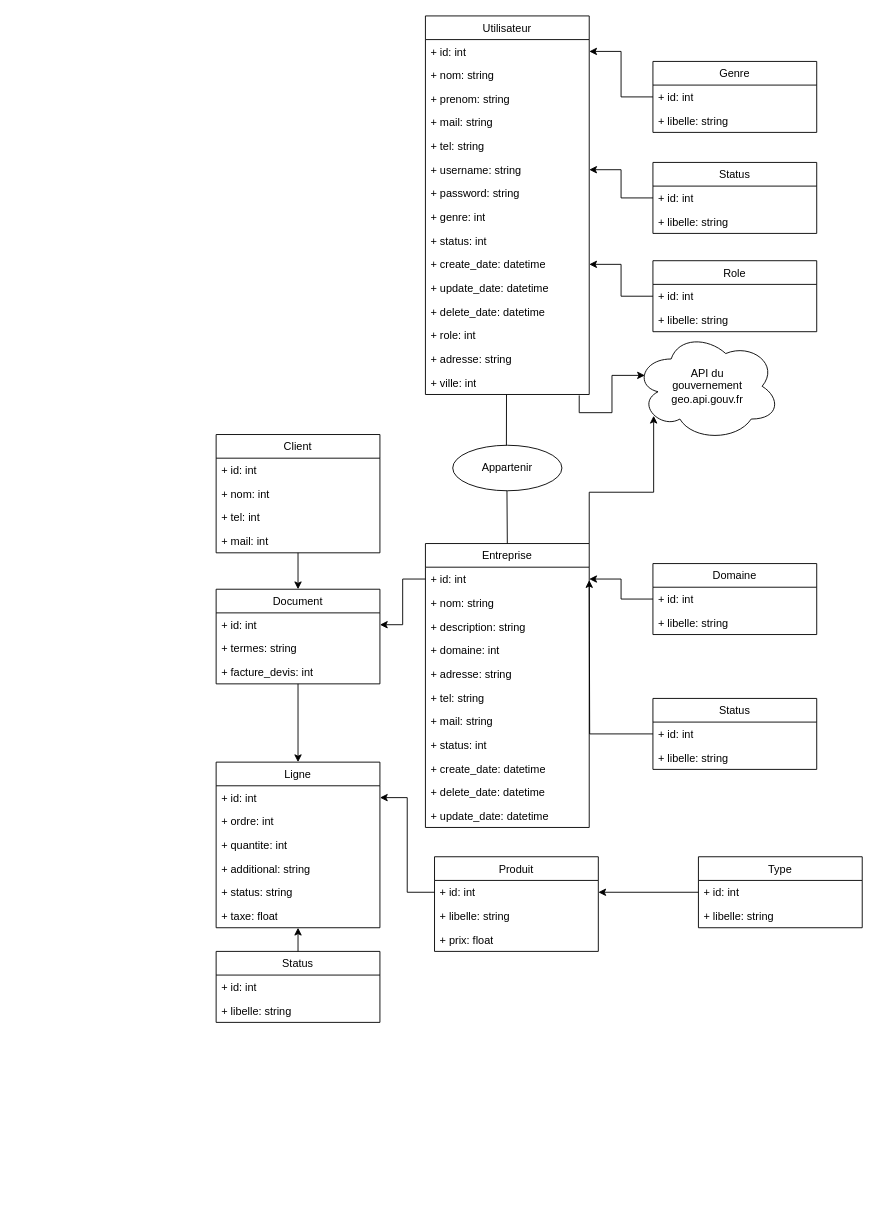
This is .docs/UML/DDC.drawio from RafaelCoppe/Challenge-S1-4iw2_rattrapage, a draw.io file, before an edit. Source tidied: cells renumbered, new cells numbered last; positions are measured from the earlier drawing's top-left corner, leaving out a move shared by most shapes. Both pictures are drawn from the tidied source at 91%, with x=0, y=0 at pixel (216, 15).
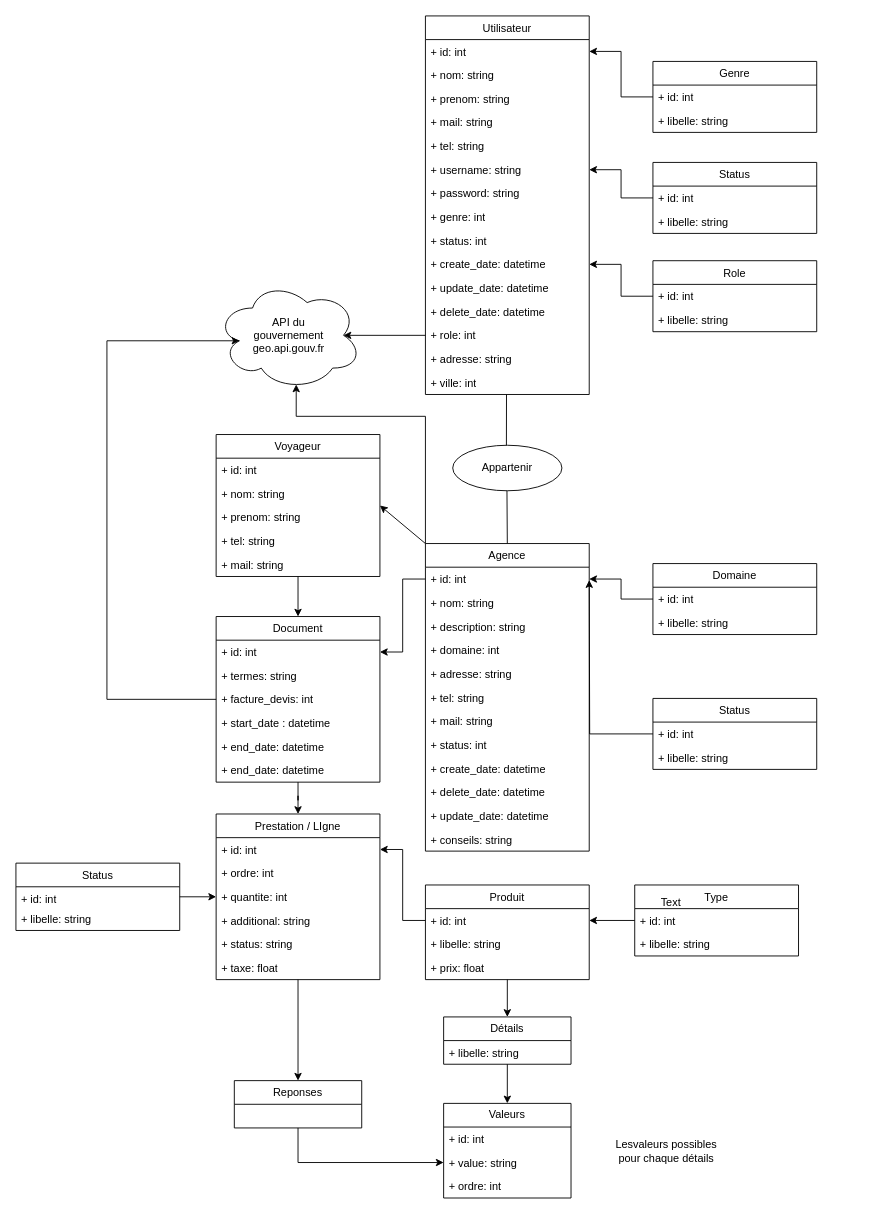
The same page after the edit.

Commit message:
troisièmes modifs du diagramme

The change refers to these unchanged cells:
```xml
<mxCell id="18" value="&lt;div&gt;+ facture_devis: int&lt;br&gt;&lt;/div&gt;&lt;div&gt;&lt;br&gt;&lt;/div&gt;" style="text;strokeColor=none;fillColor=none;align=left;verticalAlign=top;spacingLeft=4;spacingRight=4;overflow=hidden;points=[[0,0.5],[1,0.5]];portConstraint=eastwest;whiteSpace=wrap;html=1;" parent="15" vertex="1">
  <mxGeometry y="78" width="180" height="26" as="geometry" />
</mxCell>
<mxCell id="38" value="&lt;div&gt;+ role: int&lt;/div&gt;&lt;div&gt;&lt;br&gt;&lt;/div&gt;" style="text;strokeColor=none;fillColor=none;align=left;verticalAlign=top;spacingLeft=4;spacingRight=4;overflow=hidden;points=[[0,0.5],[1,0.5]];portConstraint=eastwest;whiteSpace=wrap;html=1;" parent="25" vertex="1">
  <mxGeometry y="338" width="180" height="26" as="geometry" />
</mxCell>
<mxCell id="40" value="&lt;div&gt;+ ville: int&lt;/div&gt;&lt;div&gt;&lt;br&gt;&lt;/div&gt;" style="text;strokeColor=none;fillColor=none;align=left;verticalAlign=top;spacingLeft=4;spacingRight=4;overflow=hidden;points=[[0,0.5],[1,0.5]];portConstraint=eastwest;whiteSpace=wrap;html=1;" parent="25" vertex="1">
  <mxGeometry y="390" width="180" height="26" as="geometry" />
</mxCell>
<mxCell id="65" value="&lt;div&gt;+ quantite: int&amp;nbsp;&amp;nbsp; &lt;br&gt;&lt;/div&gt;&lt;div&gt;&lt;br&gt;&lt;/div&gt;" style="text;strokeColor=none;fillColor=none;align=left;verticalAlign=top;spacingLeft=4;spacingRight=4;overflow=hidden;points=[[0,0.5],[1,0.5]];portConstraint=eastwest;whiteSpace=wrap;html=1;" parent="62" vertex="1">
  <mxGeometry y="78" width="180" height="26" as="geometry" />
</mxCell>
```

Diff of the diagram source:
```diff
@@
-    <mxCell id="2" value="Entreprise" style="swimlane;fontStyle=0;horizontal=1;startSize=26;fillColor=none;" parent="1" vertex="1">
-      <mxGeometry x="230" y="579.8" width="180" height="312" as="geometry" />
+    <mxCell id="2" value="Agence" style="swimlane;fontStyle=0;horizontal=1;startSize=26;fillColor=none;" parent="1" vertex="1">
+      <mxGeometry x="230" y="579.8" width="180" height="338" as="geometry" />
     </mxCell>
@@
+    <mxCell id="90" value="+ conseils: string" style="text;strokeColor=none;fillColor=none;align=left;verticalAlign=top;spacingLeft=4;spacingRight=4;overflow=hidden;whiteSpace=wrap;html=1;" parent="2" vertex="1">
+      <mxGeometry y="312" width="180" height="26" as="geometry" />
+    </mxCell>
@@
     <mxCell id="15" value="Document" style="swimlane;fontStyle=0;horizontal=1;startSize=26;fillColor=none;" parent="1" vertex="1">
-      <mxGeometry y="630" width="180" height="104" as="geometry" />
+      <mxGeometry y="660" width="180" height="182" as="geometry" />
     </mxCell>
@@
+    <mxCell id="91" value="&lt;div&gt;+ start_date : datetime&lt;br&gt;&lt;/div&gt;&lt;div&gt;&lt;br&gt;&lt;/div&gt;" style="text;strokeColor=none;fillColor=none;align=left;verticalAlign=top;spacingLeft=4;spacingRight=4;overflow=hidden;whiteSpace=wrap;html=1;" parent="15" vertex="1">
+      <mxGeometry y="104" width="180" height="26" as="geometry" />
+    </mxCell>
+    <mxCell id="92" value="&lt;div&gt;+ end_date: datetime&lt;br&gt;&lt;/div&gt;&lt;div&gt;&lt;br&gt;&lt;/div&gt;" style="text;strokeColor=none;fillColor=none;align=left;verticalAlign=top;spacingLeft=4;spacingRight=4;overflow=hidden;whiteSpace=wrap;html=1;" parent="15" vertex="1">
+      <mxGeometry y="130" width="180" height="26" as="geometry" />
+    </mxCell>
+    <mxCell id="93" value="&lt;div&gt;+ end_date: datetime&lt;br&gt;&lt;/div&gt;&lt;div&gt;&lt;br&gt;&lt;/div&gt;" style="text;strokeColor=none;fillColor=none;align=left;verticalAlign=top;spacingLeft=4;spacingRight=4;overflow=hidden;whiteSpace=wrap;html=1;" parent="15" vertex="1">
+      <mxGeometry y="156" width="180" height="26" as="geometry" />
+    </mxCell>
@@
-    <mxCell id="20" value="Client" style="swimlane;fontStyle=0;horizontal=1;startSize=26;fillColor=none;" parent="1" vertex="1">
-      <mxGeometry y="460" width="180" height="130" as="geometry" />
+    <mxCell id="20" value="Voyageur" style="swimlane;fontStyle=0;horizontal=1;startSize=26;fillColor=none;" parent="1" vertex="1">
+      <mxGeometry y="460" width="180" height="156" as="geometry" />
     </mxCell>
@@
-    <mxCell id="22" value="&lt;div&gt;+ nom: int&amp;nbsp;&amp;nbsp; &lt;br&gt;&lt;/div&gt;&lt;div&gt;&lt;br&gt;&lt;/div&gt;" style="text;strokeColor=none;fillColor=none;align=left;verticalAlign=top;spacingLeft=4;spacingRight=4;overflow=hidden;whiteSpace=wrap;html=1;" parent="20" vertex="1">
+    <mxCell id="22" value="&lt;div&gt;+ nom: string&lt;br&gt;&lt;/div&gt;&lt;div&gt;&lt;br&gt;&lt;/div&gt;" style="text;strokeColor=none;fillColor=none;align=left;verticalAlign=top;spacingLeft=4;spacingRight=4;overflow=hidden;whiteSpace=wrap;html=1;" parent="20" vertex="1">
       <mxGeometry y="52" width="180" height="26" as="geometry" />
     </mxCell>
+    <mxCell id="94" value="&lt;div&gt;+ prenom: string&lt;br&gt;&lt;/div&gt;&lt;div&gt;&lt;br&gt;&lt;/div&gt;" style="text;strokeColor=none;fillColor=none;align=left;verticalAlign=top;spacingLeft=4;spacingRight=4;overflow=hidden;whiteSpace=wrap;html=1;" parent="20" vertex="1">
+      <mxGeometry y="78" width="180" height="26" as="geometry" />
+    </mxCell>
-    <mxCell id="23" value="&lt;div&gt;+ tel: int&amp;nbsp;&amp;nbsp; &lt;br&gt;&lt;/div&gt;&lt;div&gt;&lt;br&gt;&lt;/div&gt;" style="text;strokeColor=none;fillColor=none;align=left;verticalAlign=top;spacingLeft=4;spacingRight=4;overflow=hidden;whiteSpace=wrap;html=1;" parent="20" vertex="1">
-      <mxGeometry y="78" width="180" height="26" as="geometry" />
+    <mxCell id="23" value="&lt;div&gt;+ tel: string&lt;br&gt;&lt;/div&gt;&lt;div&gt;&lt;br&gt;&lt;/div&gt;" style="text;strokeColor=none;fillColor=none;align=left;verticalAlign=top;spacingLeft=4;spacingRight=4;overflow=hidden;whiteSpace=wrap;html=1;" parent="20" vertex="1">
+      <mxGeometry y="104" width="180" height="26" as="geometry" />
     </mxCell>
-    <mxCell id="24" value="&lt;div&gt;+ mail: int&amp;nbsp;&amp;nbsp; &lt;br&gt;&lt;/div&gt;&lt;div&gt;&lt;br&gt;&lt;/div&gt;" style="text;strokeColor=none;fillColor=none;align=left;verticalAlign=top;spacingLeft=4;spacingRight=4;overflow=hidden;whiteSpace=wrap;html=1;" parent="20" vertex="1">
-      <mxGeometry y="104" width="180" height="26" as="geometry" />
+    <mxCell id="24" value="&lt;div&gt;+ mail: string&lt;br&gt;&lt;/div&gt;&lt;div&gt;&lt;br&gt;&lt;/div&gt;" style="text;strokeColor=none;fillColor=none;align=left;verticalAlign=top;spacingLeft=4;spacingRight=4;overflow=hidden;whiteSpace=wrap;html=1;" parent="20" vertex="1">
+      <mxGeometry y="130" width="180" height="26" as="geometry" />
     </mxCell>
@@
     <mxCell id="60" style="ellipse;shape=cloud;whiteSpace=wrap;html=1;" parent="1" vertex="1">
-      <mxGeometry x="460" y="347" width="160" height="120" as="geometry" />
+      <mxGeometry y="291" width="160" height="120" as="geometry" />
     </mxCell>
     <mxCell id="61" value="API du gouvernement&lt;br&gt;geo.api.gouv.fr" style="text;html=1;strokeColor=none;fillColor=none;align=center;verticalAlign=middle;whiteSpace=wrap;rounded=0;" parent="1" vertex="1">
-      <mxGeometry x="495" y="384.5" width="90" height="45" as="geometry" />
+      <mxGeometry x="35" y="328.5" width="90" height="45" as="geometry" />
     </mxCell>
+    <mxCell id="95" style="edgeStyle=orthogonalEdgeStyle;rounded=0;jettySize=auto;html=1;exitX=0.5;exitY=1;exitDx=0;exitDy=0;entryX=0.5;entryY=0;entryDx=0;entryDy=0;" parent="1" edge="1" source="62" target="106">
+      <mxGeometry relative="1" as="geometry" />
+    </mxCell>
-    <mxCell id="62" value="Ligne" style="swimlane;fontStyle=0;horizontal=1;startSize=26;fillColor=none;" parent="1" vertex="1">
-      <mxGeometry y="820" width="180" height="182" as="geometry" />
+    <mxCell id="62" value="Prestation / LIgne" style="swimlane;fontStyle=0;horizontal=1;startSize=26;fillColor=none;" parent="1" vertex="1">
+      <mxGeometry y="877" width="180" height="182" as="geometry" />
     </mxCell>
@@
     <mxCell id="70" value="Type" style="swimlane;fontStyle=0;horizontal=1;startSize=26;fillColor=none;" parent="1" vertex="1">
-      <mxGeometry x="530" y="924" width="180" height="78" as="geometry" />
+      <mxGeometry x="460" y="955" width="180" height="78" as="geometry" />
     </mxCell>
@@
-    <mxCell id="76" style="edgeStyle=orthogonalEdgeStyle;rounded=0;jettySize=auto;html=1;entryX=0.07;entryY=0.4;entryDx=0;entryDy=0;entryPerimeter=0;exitX=0.939;exitY=1.038;exitDx=0;exitDy=0;exitPerimeter=0;" parent="1" edge="1" source="40" target="60">
+    <mxCell id="76" style="edgeStyle=orthogonalEdgeStyle;rounded=0;jettySize=auto;html=1;entryX=0.875;entryY=0.5;entryDx=0;entryDy=0;entryPerimeter=0;exitX=0;exitY=0.5;exitDx=0;exitDy=0;" parent="1" edge="1" source="38" target="60">
       <mxGeometry relative="1" as="geometry" />
     </mxCell>
-    <mxCell id="77" style="edgeStyle=orthogonalEdgeStyle;rounded=0;jettySize=auto;html=1;exitX=1;exitY=0;exitDx=0;exitDy=0;entryX=0.13;entryY=0.77;entryDx=0;entryDy=0;entryPerimeter=0;" parent="1" edge="1" source="2" target="60">
-      <mxGeometry relative="1" as="geometry" />
+    <mxCell id="77" style="edgeStyle=orthogonalEdgeStyle;rounded=0;jettySize=auto;html=1;exitX=0;exitY=0;exitDx=0;exitDy=0;entryX=0.55;entryY=0.95;entryDx=0;entryDy=0;entryPerimeter=0;" parent="1" edge="1" source="2" target="60">
+      <mxGeometry relative="1" as="geometry">
+        <Array as="points">
+          <mxPoint x="230" y="440" />
+          <mxPoint x="88" y="440" />
+        </Array>
+      </mxGeometry>
     </mxCell>
@@
     <mxCell id="81" value="Produit" style="swimlane;fontStyle=0;horizontal=1;startSize=26;fillColor=none;" parent="1" vertex="1">
-      <mxGeometry x="240" y="924" width="180" height="104" as="geometry" />
+      <mxGeometry x="230" y="955" width="180" height="104" as="geometry" />
     </mxCell>
@@
-    <mxCell id="86" style="edgeStyle=orthogonalEdgeStyle;rounded=0;jettySize=auto;html=1;exitX=0.5;exitY=0;exitDx=0;exitDy=0;entryX=0.5;entryY=1;entryDx=0;entryDy=0;" parent="1" edge="1" source="87" target="62">
+    <mxCell id="86" style="edgeStyle=orthogonalEdgeStyle;rounded=0;jettySize=auto;html=1;exitX=1;exitY=0.5;exitDx=0;exitDy=0;entryX=0;entryY=0.5;entryDx=0;entryDy=0;" parent="1" edge="1" source="87" target="65">
       <mxGeometry relative="1" as="geometry" />
     </mxCell>
     <mxCell id="87" value="Status" style="swimlane;fontStyle=0;horizontal=1;startSize=26;fillColor=none;" parent="1" vertex="1">
-      <mxGeometry y="1028" width="180" height="78" as="geometry" />
+      <mxGeometry x="-220" y="931" width="180" height="74" as="geometry" />
     </mxCell>
     <mxCell id="88" value="+ id: int" style="text;strokeColor=none;fillColor=none;align=left;verticalAlign=top;spacingLeft=4;spacingRight=4;overflow=hidden;whiteSpace=wrap;html=1;" parent="87" vertex="1">
-      <mxGeometry y="26" width="180" height="26" as="geometry" />
+      <mxGeometry y="26" width="180" height="22" as="geometry" />
     </mxCell>
     <mxCell id="89" value="+ libelle: string" style="text;strokeColor=none;fillColor=none;align=left;verticalAlign=top;spacingLeft=4;spacingRight=4;overflow=hidden;whiteSpace=wrap;html=1;" parent="87" vertex="1">
-      <mxGeometry y="52" width="180" height="26" as="geometry" />
+      <mxGeometry y="48" width="180" height="26" as="geometry" />
     </mxCell>
+    <mxCell id="96" style="endArrow=classic;html=1;rounded=0;exitX=0;exitY=0;exitDx=0;exitDy=0;entryX=1;entryY=0.5;entryDx=0;entryDy=0;" parent="1" edge="1" source="2" target="20">
+      <mxGeometry relative="1" as="geometry" />
+    </mxCell>
+    <mxCell id="97" style="edgeStyle=orthogonalEdgeStyle;rounded=0;jettySize=auto;html=1;exitX=0.5;exitY=1;exitDx=0;exitDy=0;entryX=0.5;entryY=0;entryDx=0;entryDy=0;" parent="1" edge="1" source="98" target="101">
+      <mxGeometry relative="1" as="geometry" />
+    </mxCell>
+    <mxCell id="98" value="Détails" style="swimlane;fontStyle=0;horizontal=1;startSize=26;fillColor=none;whiteSpace=wrap;html=1;" parent="1" vertex="1">
+      <mxGeometry x="250" y="1100" width="140" height="52" as="geometry" />
+    </mxCell>
+    <mxCell id="99" value="+ libelle: string" style="text;strokeColor=none;fillColor=none;align=left;verticalAlign=top;spacingLeft=4;spacingRight=4;overflow=hidden;whiteSpace=wrap;html=1;" parent="98" vertex="1">
+      <mxGeometry y="26" width="140" height="26" as="geometry" />
+    </mxCell>
+    <mxCell id="100" style="endArrow=classic;html=1;rounded=0;entryX=0.5;entryY=0;entryDx=0;entryDy=0;exitX=0.5;exitY=1;exitDx=0;exitDy=0;" parent="1" edge="1" source="81" target="98">
+      <mxGeometry relative="1" as="geometry" />
+    </mxCell>
+    <mxCell id="101" value="Valeurs" style="swimlane;fontStyle=0;horizontal=1;startSize=26;fillColor=none;whiteSpace=wrap;html=1;" parent="1" vertex="1">
+      <mxGeometry x="250" y="1195" width="140" height="104" as="geometry" />
+    </mxCell>
+    <mxCell id="102" value="+ id: int" style="text;strokeColor=none;fillColor=none;align=left;verticalAlign=top;spacingLeft=4;spacingRight=4;overflow=hidden;whiteSpace=wrap;html=1;" parent="101" vertex="1">
+      <mxGeometry y="26" width="140" height="26" as="geometry" />
+    </mxCell>
+    <mxCell id="103" value="+ value: string" style="text;strokeColor=none;fillColor=none;align=left;verticalAlign=top;spacingLeft=4;spacingRight=4;overflow=hidden;points=[[0,0.5],[1,0.5]];portConstraint=eastwest;whiteSpace=wrap;html=1;" parent="101" vertex="1">
+      <mxGeometry y="52" width="140" height="26" as="geometry" />
+    </mxCell>
+    <mxCell id="104" value="+ ordre: int" style="text;strokeColor=none;fillColor=none;align=left;verticalAlign=top;spacingLeft=4;spacingRight=4;overflow=hidden;whiteSpace=wrap;html=1;" parent="101" vertex="1">
+      <mxGeometry y="78" width="140" height="26" as="geometry" />
+    </mxCell>
+    <mxCell id="105" style="edgeStyle=orthogonalEdgeStyle;rounded=0;jettySize=auto;html=1;exitX=0.5;exitY=1;exitDx=0;exitDy=0;entryX=0;entryY=0.5;entryDx=0;entryDy=0;" parent="1" edge="1" source="106" target="103">
+      <mxGeometry relative="1" as="geometry" />
+    </mxCell>
+    <mxCell id="106" value="Reponses" style="swimlane;fontStyle=0;horizontal=1;startSize=26;fillColor=none;whiteSpace=wrap;html=1;" parent="1" vertex="1">
+      <mxGeometry x="20" y="1170" width="140" height="52" as="geometry" />
+    </mxCell>
+    <mxCell id="107" style="edgeStyle=orthogonalEdgeStyle;rounded=0;jettySize=auto;html=1;exitX=0;exitY=0.5;exitDx=0;exitDy=0;entryX=0.16;entryY=0.55;entryDx=0;entryDy=0;entryPerimeter=0;" parent="1" edge="1" source="18" target="60">
+      <mxGeometry relative="1" as="geometry">
+        <Array as="points">
+          <mxPoint x="-120" y="751" />
+          <mxPoint x="-120" y="357" />
+        </Array>
+      </mxGeometry>
+    </mxCell>
+    <mxCell id="108" value="Text" style="text;html=1;strokeColor=none;fillColor=none;align=center;verticalAlign=middle;whiteSpace=wrap;rounded=0;" parent="1" vertex="1">
+      <mxGeometry x="470" y="960" width="60" height="30" as="geometry" />
+    </mxCell>
+    <mxCell id="109" value="Lesvaleurs possibles pour chaque détails" style="text;html=1;strokeColor=none;fillColor=none;align=center;verticalAlign=middle;whiteSpace=wrap;rounded=0;" parent="1" vertex="1">
+      <mxGeometry x="430" y="1195" width="130" height="105" as="geometry" />
+    </mxCell>
```
